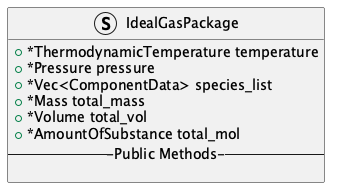
OSCPS-Project/OSCPS-UML keeps this PlantUML diagram as thermo-module/thermo-packages/ideal_gas_package_class_design.png. Above is the earlier version.
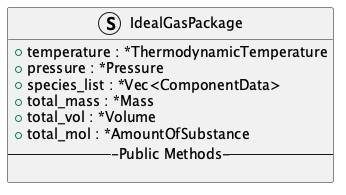
Later version of the same file.

Commit message:
updating the thermo-module class diagrams

What changed in the source:
```diff
@@ -2,12 +2,12 @@
 
 
 Struct IdealGasPackage {
-  + *ThermodynamicTemperature temperature
-  + *Pressure pressure
-  + *Vec<ComponentData> species_list
-  + *Mass total_mass
-  + *Volume total_vol
-  + *AmountOfSubstance total_mol
+  + temperature : *ThermodynamicTemperature
+  + pressure : *Pressure
+  + species_list : *Vec<ComponentData>
+  + total_mass : *Mass
+  + total_vol : *Volume
+  + total_mol : *AmountOfSubstance
   ---Public Methods---
 
 }
```
